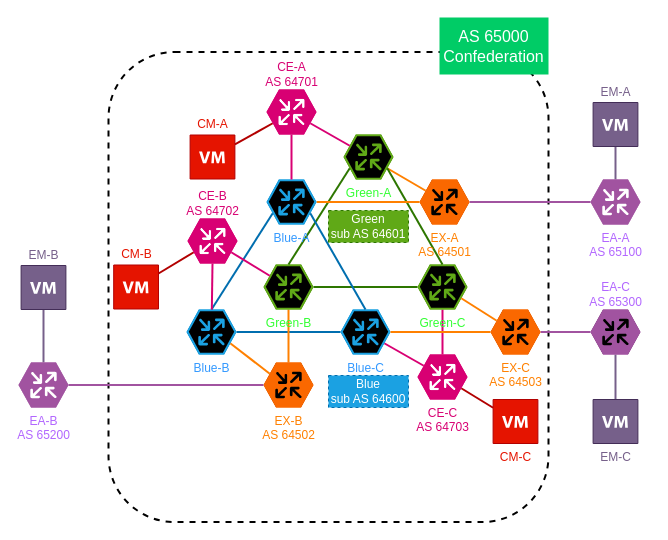
Earlier version of the draw.io diagram memo/topo.drawio (Sabaniki/bg-switcher). Source tidied: cells renumbered, new cells numbered last; positions are measured from the earlier drawing's top-left corner, leaving out a move shared by most shapes. Both pictures are drawn from the tidied source at 100%, with x=0, y=0 at pixel (18, 17).
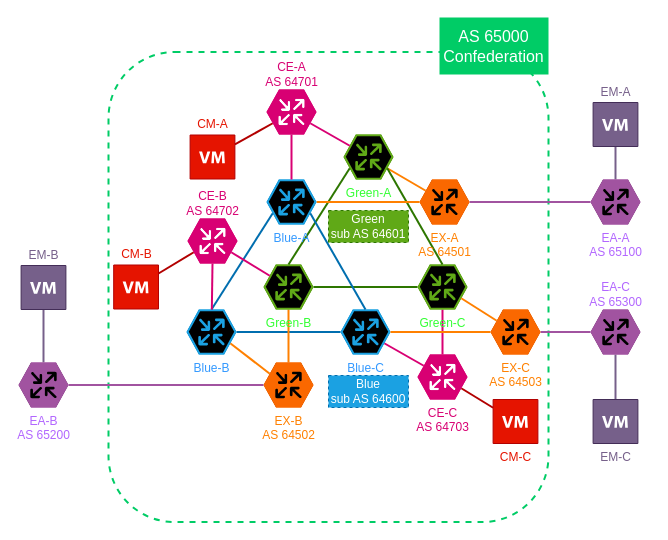
After the change.

Change to the diagram source:
```diff
@@
-    <mxCell id="2" style="rounded=1;whiteSpace=wrap;html=1;fontColor=#FF8000;strokeColor=default;fillColor=none;dashed=1;strokeWidth=2;direction=east;" parent="1" vertex="1">
+    <mxCell id="2" style="rounded=1;whiteSpace=wrap;html=1;fontColor=#FF8000;strokeColor=#00CC66;fillColor=none;dashed=1;strokeWidth=2;direction=east;" parent="1" vertex="1">
       <mxGeometry x="90" y="34.5" width="440" height="470" as="geometry" />
     </mxCell>
@@
-    <mxCell id="59" value="&lt;font color=&quot;#b266ff&quot;&gt;EA-A&lt;br&gt;AS 65100&lt;/font&gt;" style="verticalLabelPosition=bottom;sketch=0;html=1;fillColor=#A153A0;strokeColor=#ffffff;verticalAlign=top;align=center;points=[[0,0.5,0],[0.125,0.25,0],[0.25,0,0],[0.5,0,0],[0.75,0,0],[0.875,0.25,0],[1,0.5,0],[0.875,0.75,0],[0.75,1,0],[0.5,1,0],[0.125,0.75,0]];shape=mxgraph.cisco_safe.compositeIcon;bgIcon=mxgraph.cisco_safe.design.blank_device;resIcon=mxgraph.cisco_safe.design.router;fontSize=12;" parent="1" vertex="1">
+    <mxCell id="59" value="&lt;font color=&quot;#b266ff&quot;&gt;EA-A&lt;br&gt;AS 65100&lt;/font&gt;" style="verticalLabelPosition=bottom;sketch=0;html=1;fillColor=#A153A0;strokeColor=default;verticalAlign=top;align=center;points=[[0,0.5,0],[0.125,0.25,0],[0.25,0,0],[0.5,0,0],[0.75,0,0],[0.875,0.25,0],[1,0.5,0],[0.875,0.75,0],[0.75,1,0],[0.5,1,0],[0.125,0.75,0]];shape=mxgraph.cisco_safe.compositeIcon;bgIcon=mxgraph.cisco_safe.design.blank_device;resIcon=mxgraph.cisco_safe.design.router;fontSize=12;" parent="1" vertex="1">
       <mxGeometry x="572" y="162" width="50" height="45" as="geometry" />
     </mxCell>
-    <mxCell id="60" value="&lt;font color=&quot;#b266ff&quot;&gt;EA-B&lt;br&gt;AS 65200&lt;/font&gt;" style="verticalLabelPosition=bottom;sketch=0;html=1;fillColor=#A153A0;strokeColor=#ffffff;verticalAlign=top;align=center;points=[[0,0.5,0],[0.125,0.25,0],[0.25,0,0],[0.5,0,0],[0.75,0,0],[0.875,0.25,0],[1,0.5,0],[0.875,0.75,0],[0.75,1,0],[0.5,1,0],[0.125,0.75,0]];shape=mxgraph.cisco_safe.compositeIcon;bgIcon=mxgraph.cisco_safe.design.blank_device;resIcon=mxgraph.cisco_safe.design.router;fontSize=12;" parent="1" vertex="1">
+    <mxCell id="60" value="&lt;font color=&quot;#b266ff&quot;&gt;EA-B&lt;br&gt;AS 65200&lt;/font&gt;" style="verticalLabelPosition=bottom;sketch=0;html=1;fillColor=#A153A0;strokeColor=default;verticalAlign=top;align=center;points=[[0,0.5,0],[0.125,0.25,0],[0.25,0,0],[0.5,0,0],[0.75,0,0],[0.875,0.25,0],[1,0.5,0],[0.875,0.75,0],[0.75,1,0],[0.5,1,0],[0.125,0.75,0]];shape=mxgraph.cisco_safe.compositeIcon;bgIcon=mxgraph.cisco_safe.design.blank_device;resIcon=mxgraph.cisco_safe.design.router;fontSize=12;" parent="1" vertex="1">
       <mxGeometry y="345" width="50" height="45" as="geometry" />
     </mxCell>
```
